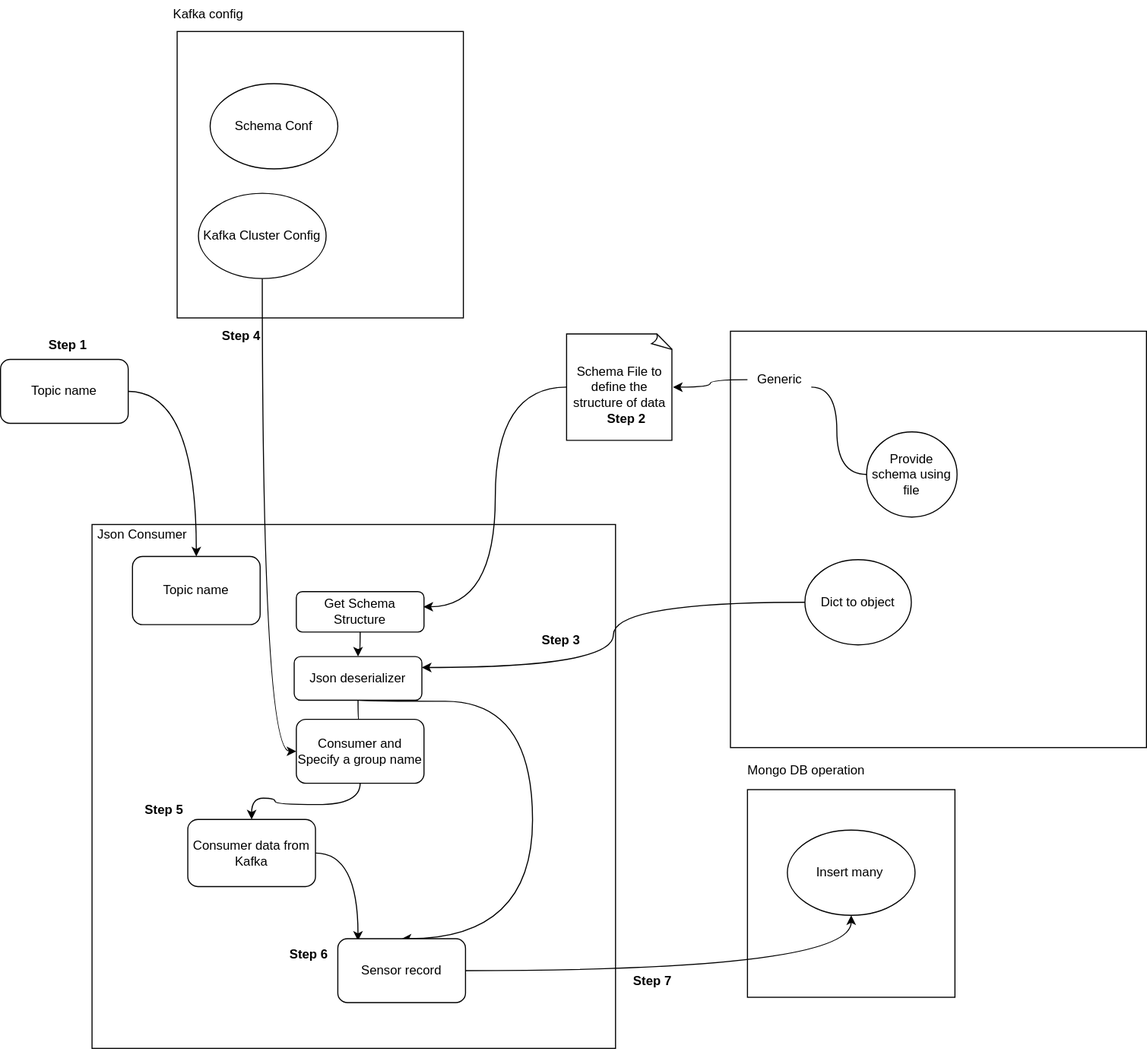
saisubhasish/Thyroid_Data_pipeline keeps this draw.io diagram as flowchart/consumer.drawio.svg. Above is the earlier version. Source tidied: cells renumbered, new cells last; positions are measured from the earlier drawing's top-left corner, leaving out a move shared by most shapes.
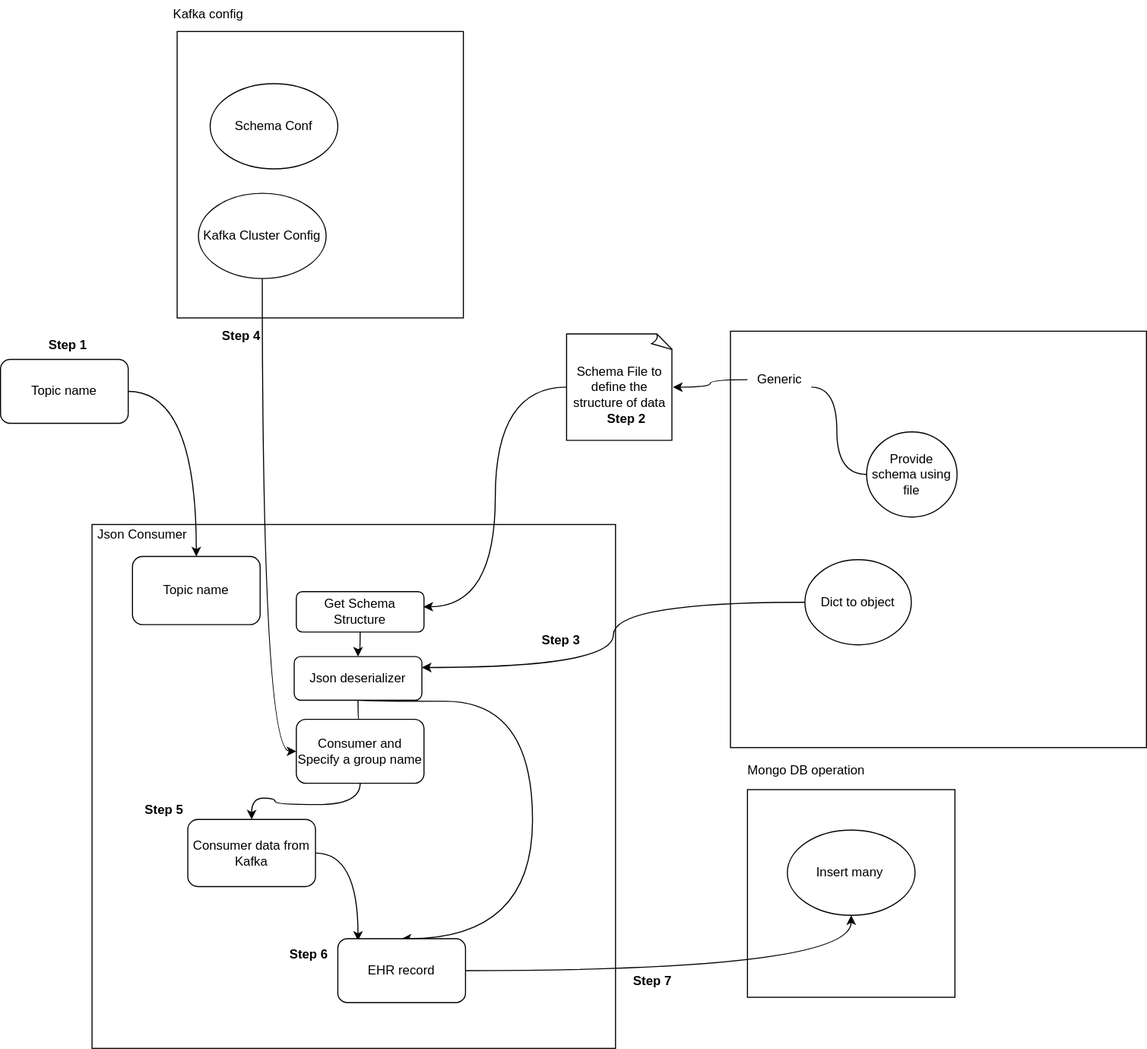
Above is the later version.

Diff of the diagram source:
```diff
@@ -121,7 +121,7 @@
     <mxCell id="37" style="edgeStyle=orthogonalEdgeStyle;curved=1;rounded=0;jettySize=auto;html=1;" parent="1" edge="1" source="38" target="36">
       <mxGeometry relative="1" as="geometry" />
     </mxCell>
-    <mxCell id="38" value="Sensor record" style="rounded=1;whiteSpace=wrap;html=1;" parent="1" vertex="1">
+    <mxCell id="38" value="EHR record" style="rounded=1;whiteSpace=wrap;html=1;" parent="1" vertex="1">
       <mxGeometry x="317" y="881" width="120" height="60" as="geometry" />
     </mxCell>
     <mxCell id="39" value="&lt;b&gt;Step 5&lt;/b&gt;" style="text;html=1;strokeColor=none;fillColor=none;align=center;verticalAlign=middle;whiteSpace=wrap;rounded=0;" parent="1" vertex="1">
```
